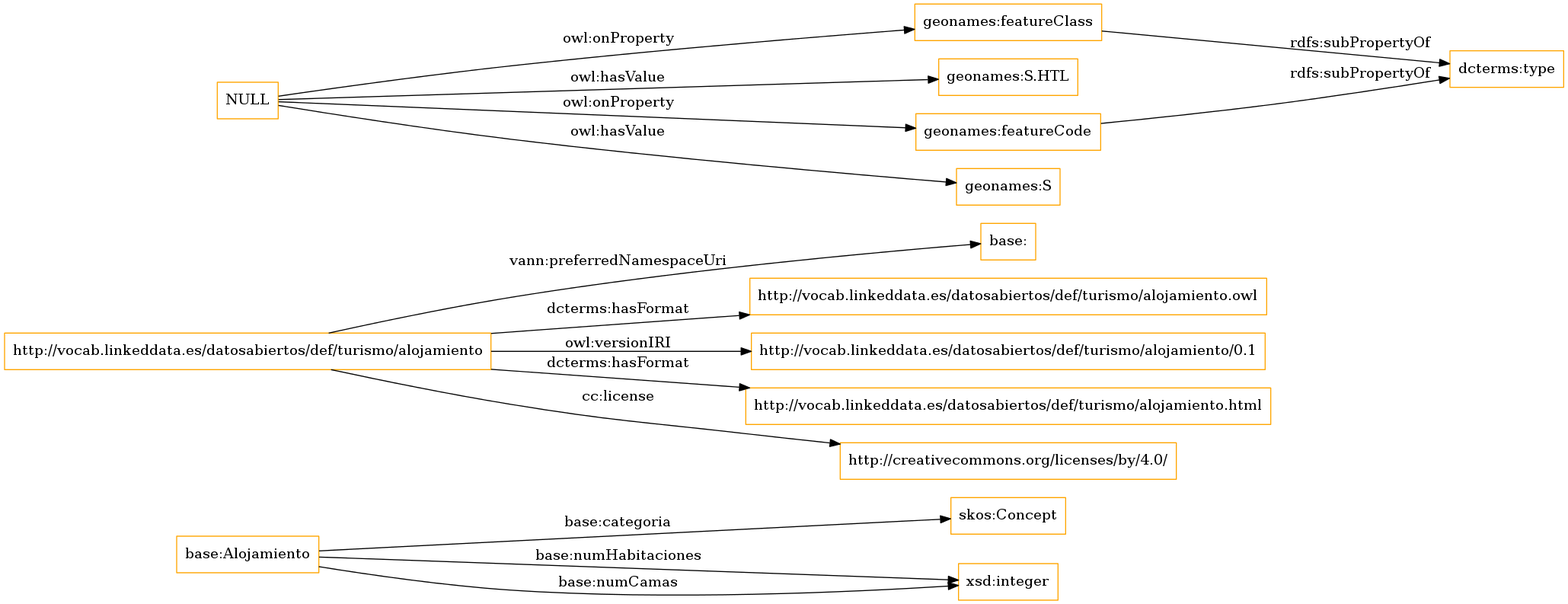
This is OnToology/dantest/alojamiento.owl/diagrams/ar2dtool-class/alojamiento.owl.png from ahmad88me/target, a Graphviz export, as it was before one commit. Its source is kept beside it as OnToology/dantest/alojamiento.owl/diagrams/ar2dtool-class/alojamiento.owl.png.dot.
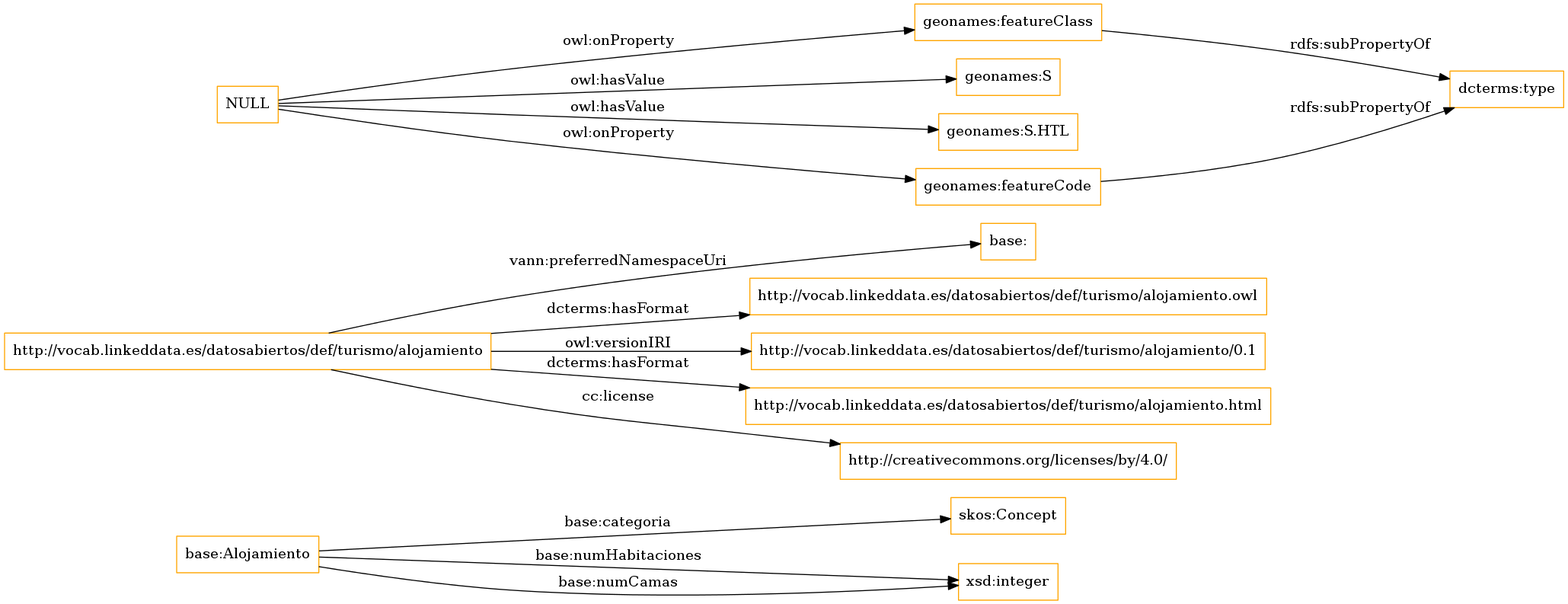
Above is the later version.

Diff of the diagram source:
```diff
@@ -8,10 +8,10 @@
 	"http://vocab.linkeddata.es/datosabiertos/def/turismo/alojamiento" -> "http://vocab.linkeddata.es/datosabiertos/def/turismo/alojamiento.html" [ label = "dcterms:hasFormat" ];
 	"http://vocab.linkeddata.es/datosabiertos/def/turismo/alojamiento" -> "http://creativecommons.org/licenses/by/4.0/" [ label = "cc:license" ];
 	"geonames:featureClass" -> "dcterms:type" [ label = "rdfs:subPropertyOf" ];
+	"NULL" -> "geonames:S" [ label = "owl:hasValue" ];
+	"NULL" -> "geonames:featureClass" [ label = "owl:onProperty" ];
 	"NULL" -> "geonames:S.HTL" [ label = "owl:hasValue" ];
 	"NULL" -> "geonames:featureCode" [ label = "owl:onProperty" ];
-	"NULL" -> "geonames:S" [ label = "owl:hasValue" ];
-	"NULL" -> "geonames:featureClass" [ label = "owl:onProperty" ];
 	"geonames:featureCode" -> "dcterms:type" [ label = "rdfs:subPropertyOf" ];
 	"base:Alojamiento" -> "xsd:integer" [ label = "base:numHabitaciones" ];
 	"base:Alojamiento" -> "xsd:integer" [ label = "base:numCamas" ];
```
